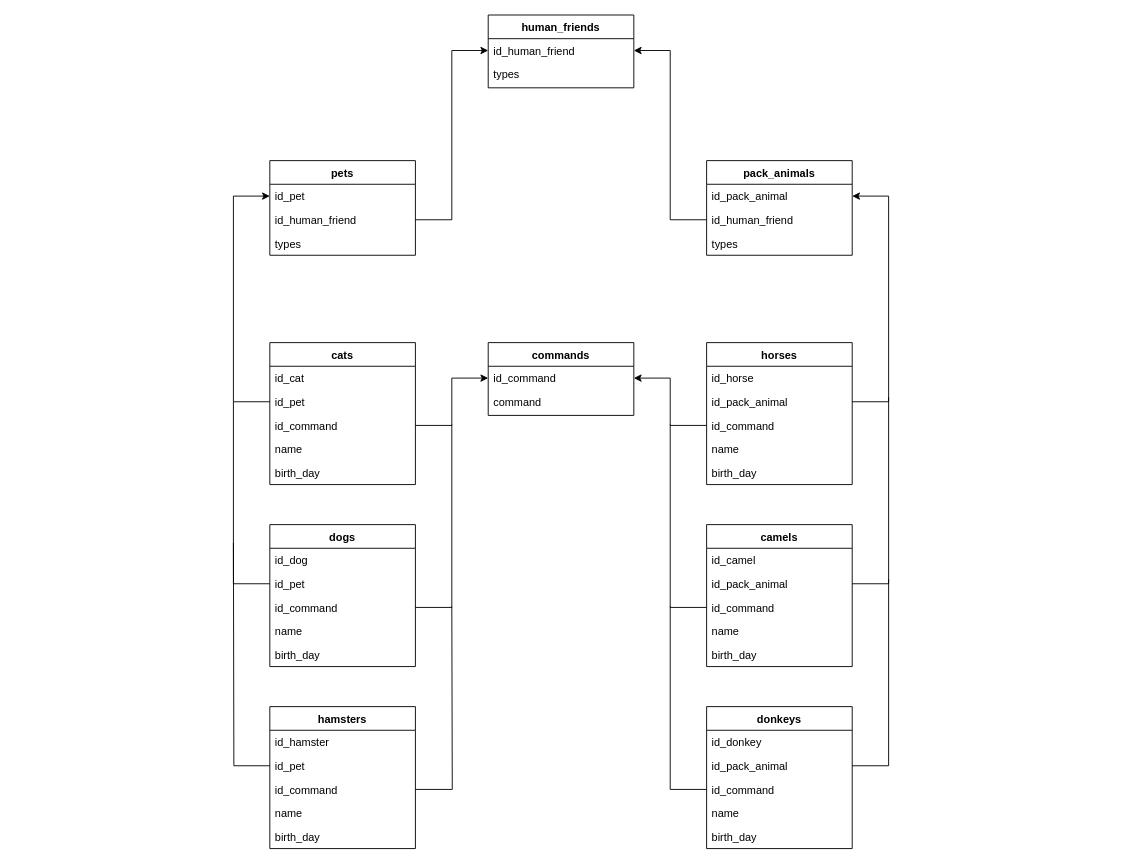
This is 2_Object-oriented_programming/Диаграмма_классов.drawio from Koatia/02_Final_Test, a draw.io file, before an edit. Source tidied: cells renumbered, new cells numbered last; positions are measured from the earlier drawing's top-left corner, leaving out a move shared by most shapes. Both pictures are drawn from the tidied source at 91%, with x=0, y=0 at pixel (233, 15).
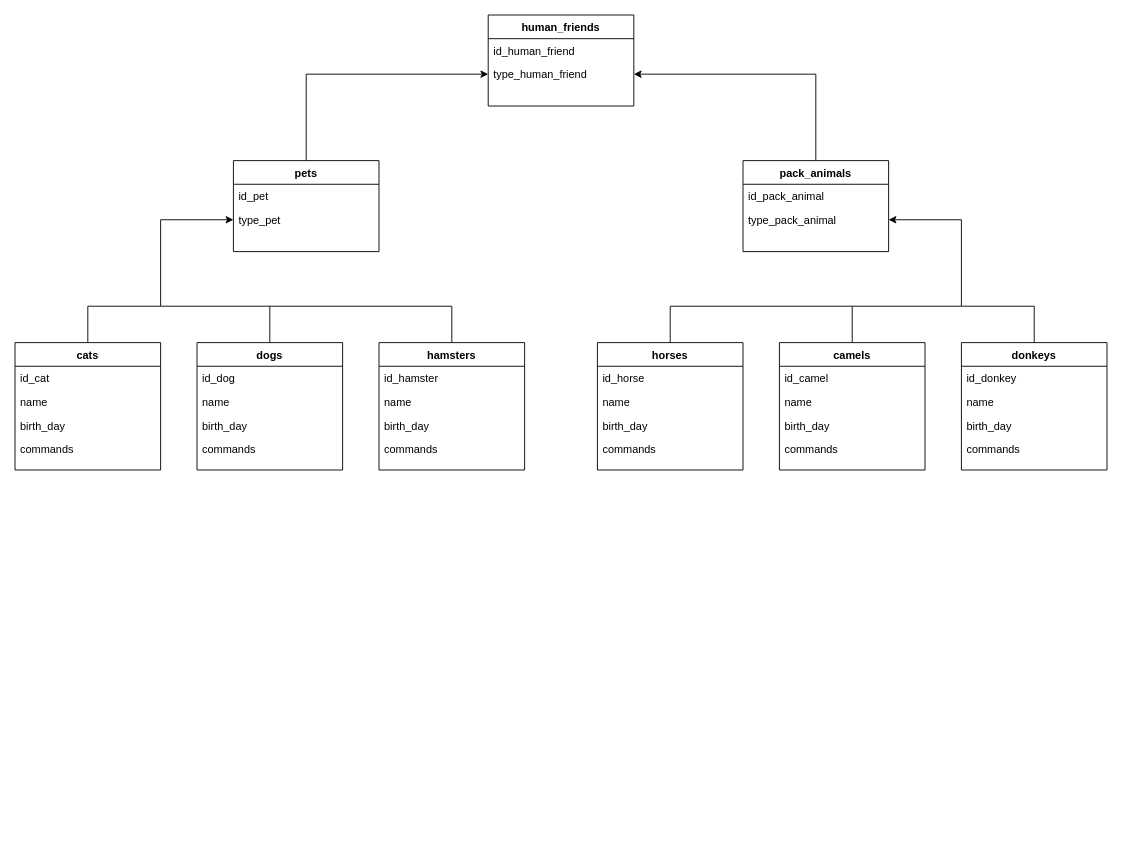
The same page after the edit.

Unchanged cells that the change refers to:
```xml
<mxCell id="3" value="id_human_friend" style="text;align=left;verticalAlign=top;spacingLeft=4;spacingRight=4;overflow=hidden;points=[[0,0.5],[1,0.5]];portConstraint=eastwest;rounded=0;shadow=0;html=0;" parent="2" vertex="1">
  <mxGeometry y="26" width="160" height="26" as="geometry" />
</mxCell>
<mxCell id="6" value="id_pet" style="text;align=left;verticalAlign=top;spacingLeft=4;spacingRight=4;overflow=hidden;points=[[0,0.5],[1,0.5]];portConstraint=eastwest;rounded=0;shadow=0;html=0;" parent="5" vertex="1">
  <mxGeometry y="26" width="160" height="26" as="geometry" />
</mxCell>
<mxCell id="10" value="id_pack_animal" style="text;align=left;verticalAlign=top;spacingLeft=4;spacingRight=4;overflow=hidden;points=[[0,0.5],[1,0.5]];portConstraint=eastwest;rounded=0;shadow=0;html=0;" parent="9" vertex="1">
  <mxGeometry y="26" width="160" height="26" as="geometry" />
</mxCell>
```

Change to the diagram source:
```diff
@@
     <mxCell id="2" value="human_friends" style="swimlane;fontStyle=1;align=center;verticalAlign=top;horizontal=1;startSize=26;rounded=0;shadow=0;strokeWidth=1;" parent="1" vertex="1">
-      <mxGeometry x="280" width="160" height="80" as="geometry" />
+      <mxGeometry x="280" width="160" height="100" as="geometry" />
     </mxCell>
@@
-    <mxCell id="4" value="types" style="text;align=left;verticalAlign=top;spacingLeft=4;spacingRight=4;overflow=hidden;points=[[0,0.5],[1,0.5]];portConstraint=eastwest;" parent="2" vertex="1">
+    <mxCell id="4" value="type_human_friend" style="text;align=left;verticalAlign=top;spacingLeft=4;spacingRight=4;overflow=hidden;points=[[0,0.5],[1,0.5]];portConstraint=eastwest;" parent="2" vertex="1">
       <mxGeometry y="52" width="160" height="26" as="geometry" />
     </mxCell>
     <mxCell id="5" value="pets" style="swimlane;fontStyle=1;align=center;verticalAlign=top;horizontal=1;startSize=26;rounded=0;shadow=0;strokeWidth=1;" parent="1" vertex="1">
-      <mxGeometry x="40" y="160" width="160" height="104" as="geometry" />
+      <mxGeometry y="160" width="160" height="100" as="geometry" />
     </mxCell>
@@
-    <mxCell id="7" value="id_human_friend" style="text;align=left;verticalAlign=top;spacingLeft=4;spacingRight=4;overflow=hidden;points=[[0,0.5],[1,0.5]];portConstraint=eastwest;rounded=0;shadow=0;html=0;" parent="5" vertex="1">
-      <mxGeometry y="52" width="160" height="26" as="geometry" />
-    </mxCell>
-    <mxCell id="8" value="types" style="text;align=left;verticalAlign=top;spacingLeft=4;spacingRight=4;overflow=hidden;points=[[0,0.5],[1,0.5]];portConstraint=eastwest;" parent="5" vertex="1">
-      <mxGeometry y="78" width="160" height="26" as="geometry" />
+    <mxCell id="8" value="type_pet" style="text;align=left;verticalAlign=top;spacingLeft=4;spacingRight=4;overflow=hidden;points=[[0,0.5],[1,0.5]];portConstraint=eastwest;" parent="5" vertex="1">
+      <mxGeometry y="52" width="160" height="26" as="geometry" />
     </mxCell>
     <mxCell id="9" value="pack_animals" style="swimlane;fontStyle=1;align=center;verticalAlign=top;horizontal=1;startSize=26;rounded=0;shadow=0;strokeWidth=1;" parent="1" vertex="1">
-      <mxGeometry x="520" y="160" width="160" height="104" as="geometry" />
+      <mxGeometry x="560" y="160" width="160" height="100" as="geometry" />
     </mxCell>
@@
-    <mxCell id="11" value="id_human_friend" style="text;align=left;verticalAlign=top;spacingLeft=4;spacingRight=4;overflow=hidden;points=[[0,0.5],[1,0.5]];portConstraint=eastwest;rounded=0;shadow=0;html=0;" parent="9" vertex="1">
-      <mxGeometry y="52" width="160" height="26" as="geometry" />
-    </mxCell>
-    <mxCell id="12" value="types" style="text;align=left;verticalAlign=top;spacingLeft=4;spacingRight=4;overflow=hidden;points=[[0,0.5],[1,0.5]];portConstraint=eastwest;" parent="9" vertex="1">
-      <mxGeometry y="78" width="160" height="26" as="geometry" />
+    <mxCell id="12" value="type_pack_animal" style="text;align=left;verticalAlign=top;spacingLeft=4;spacingRight=4;overflow=hidden;points=[[0,0.5],[1,0.5]];portConstraint=eastwest;" parent="9" vertex="1">
+      <mxGeometry y="52" width="160" height="26" as="geometry" />
     </mxCell>
-    <mxCell id="13" value="commands" style="swimlane;fontStyle=1;align=center;verticalAlign=top;horizontal=1;startSize=26;rounded=0;shadow=0;strokeWidth=1;" parent="1" vertex="1">
-      <mxGeometry x="280" y="360" width="160" height="80" as="geometry" />
-    </mxCell>
-    <mxCell id="14" value="id_command" style="text;align=left;verticalAlign=top;spacingLeft=4;spacingRight=4;overflow=hidden;points=[[0,0.5],[1,0.5]];portConstraint=eastwest;" parent="13" vertex="1">
-      <mxGeometry y="26" width="160" height="26" as="geometry" />
-    </mxCell>
-    <mxCell id="15" value="command" style="text;align=left;verticalAlign=top;spacingLeft=4;spacingRight=4;overflow=hidden;strokeColor=none;" parent="13" vertex="1">
-      <mxGeometry y="52" width="160" height="26" as="geometry" />
-    </mxCell>
+    <mxCell id="66" style="edgeStyle=orthogonalEdgeStyle;rounded=0;jettySize=auto;html=1;entryX=0;entryY=0.5;entryDx=0;entryDy=0;exitX=0.5;exitY=0;exitDx=0;exitDy=0;" parent="1" edge="1" source="16" target="8">
+      <mxGeometry relative="1" as="geometry">
+        <Array as="points">
+          <mxPoint x="-160" y="320" />
+          <mxPoint x="-80" y="320" />
+          <mxPoint x="-80" y="225" />
+        </Array>
+      </mxGeometry>
+    </mxCell>
     <mxCell id="16" value="cats" style="swimlane;fontStyle=1;align=center;verticalAlign=top;horizontal=1;startSize=26;rounded=0;shadow=0;strokeWidth=1;" parent="1" vertex="1">
-      <mxGeometry x="40" y="360" width="160" height="156" as="geometry" />
+      <mxGeometry x="-240" y="360" width="160" height="140" as="geometry" />
     </mxCell>
@@
-    <mxCell id="18" value="id_pet" style="text;align=left;verticalAlign=top;spacingLeft=4;spacingRight=4;overflow=hidden;points=[[0,0.5],[1,0.5]];portConstraint=eastwest;strokeColor=none;" parent="16" vertex="1">
-      <mxGeometry y="52" width="160" height="26" as="geometry" />
-    </mxCell>
-    <mxCell id="19" value="id_command" style="text;align=left;verticalAlign=top;spacingLeft=4;spacingRight=4;overflow=hidden;points=[[0,0.5],[1,0.5]];portConstraint=eastwest;strokeColor=none;" parent="16" vertex="1">
-      <mxGeometry y="78" width="160" height="26" as="geometry" />
-    </mxCell>
     <mxCell id="20" value="name" style="text;align=left;verticalAlign=top;spacingLeft=4;spacingRight=4;overflow=hidden;rounded=0;shadow=0;html=0;" parent="16" vertex="1">
-      <mxGeometry y="104" width="160" height="26" as="geometry" />
+      <mxGeometry y="52" width="160" height="26" as="geometry" />
     </mxCell>
     <mxCell id="21" value="birth_day" style="text;align=left;verticalAlign=top;spacingLeft=4;spacingRight=4;overflow=hidden;rounded=0;shadow=0;html=0;" parent="16" vertex="1">
-      <mxGeometry y="130" width="160" height="26" as="geometry" />
+      <mxGeometry y="78" width="160" height="26" as="geometry" />
     </mxCell>
+    <mxCell id="19" value="commands" style="text;align=left;verticalAlign=top;spacingLeft=4;spacingRight=4;overflow=hidden;points=[[0,0.5],[1,0.5]];portConstraint=eastwest;strokeColor=none;" parent="16" vertex="1">
+      <mxGeometry y="104" width="160" height="26" as="geometry" />
+    </mxCell>
     <mxCell id="22" value="dogs" style="swimlane;fontStyle=1;align=center;verticalAlign=top;horizontal=1;startSize=26;rounded=0;shadow=0;strokeWidth=1;" parent="1" vertex="1">
-      <mxGeometry x="40" y="560" width="160" height="156" as="geometry" />
+      <mxGeometry x="-40" y="360" width="160" height="140" as="geometry" />
     </mxCell>
@@
-    <mxCell id="24" value="id_pet" style="text;align=left;verticalAlign=top;spacingLeft=4;spacingRight=4;overflow=hidden;points=[[0,0.5],[1,0.5]];portConstraint=eastwest;" parent="22" vertex="1">
-      <mxGeometry y="52" width="160" height="26" as="geometry" />
-    </mxCell>
-    <mxCell id="25" value="id_command" style="text;align=left;verticalAlign=top;spacingLeft=4;spacingRight=4;overflow=hidden;points=[[0,0.5],[1,0.5]];portConstraint=eastwest;strokeColor=none;" parent="22" vertex="1">
-      <mxGeometry y="78" width="160" height="26" as="geometry" />
-    </mxCell>
     <mxCell id="26" value="name" style="text;align=left;verticalAlign=top;spacingLeft=4;spacingRight=4;overflow=hidden;rounded=0;shadow=0;html=0;" parent="22" vertex="1">
-      <mxGeometry y="104" width="160" height="26" as="geometry" />
+      <mxGeometry y="52" width="160" height="26" as="geometry" />
     </mxCell>
     <mxCell id="27" value="birth_day" style="text;align=left;verticalAlign=top;spacingLeft=4;spacingRight=4;overflow=hidden;rounded=0;shadow=0;html=0;" parent="22" vertex="1">
-      <mxGeometry y="130" width="160" height="26" as="geometry" />
+      <mxGeometry y="78" width="160" height="26" as="geometry" />
     </mxCell>
+    <mxCell id="67" value="commands" style="text;align=left;verticalAlign=top;spacingLeft=4;spacingRight=4;overflow=hidden;strokeColor=none;" parent="22" vertex="1">
+      <mxGeometry y="104" width="160" height="26" as="geometry" />
+    </mxCell>
     <mxCell id="28" value="hamsters" style="swimlane;fontStyle=1;align=center;verticalAlign=top;horizontal=1;startSize=26;rounded=0;shadow=0;strokeWidth=1;" parent="1" vertex="1">
-      <mxGeometry x="40" y="760" width="160" height="156" as="geometry" />
+      <mxGeometry x="160" y="360" width="160" height="140" as="geometry" />
     </mxCell>
@@
-    <mxCell id="30" value="id_pet" style="text;align=left;verticalAlign=top;spacingLeft=4;spacingRight=4;overflow=hidden;points=[[0,0.5],[1,0.5]];portConstraint=eastwest;" parent="28" vertex="1">
-      <mxGeometry y="52" width="160" height="26" as="geometry" />
-    </mxCell>
-    <mxCell id="31" value="id_command" style="text;align=left;verticalAlign=top;spacingLeft=4;spacingRight=4;overflow=hidden;points=[[0,0.5],[1,0.5]];portConstraint=eastwest;strokeColor=none;" parent="28" vertex="1">
-      <mxGeometry y="78" width="160" height="26" as="geometry" />
-    </mxCell>
     <mxCell id="32" value="name" style="text;align=left;verticalAlign=top;spacingLeft=4;spacingRight=4;overflow=hidden;rounded=0;shadow=0;html=0;" parent="28" vertex="1">
-      <mxGeometry y="104" width="160" height="26" as="geometry" />
+      <mxGeometry y="52" width="160" height="26" as="geometry" />
     </mxCell>
     <mxCell id="33" value="birth_day" style="text;align=left;verticalAlign=top;spacingLeft=4;spacingRight=4;overflow=hidden;rounded=0;shadow=0;html=0;" parent="28" vertex="1">
-      <mxGeometry y="130" width="160" height="26" as="geometry" />
+      <mxGeometry y="78" width="160" height="26" as="geometry" />
     </mxCell>
+    <mxCell id="68" value="commands" style="text;align=left;verticalAlign=top;spacingLeft=4;spacingRight=4;overflow=hidden;strokeColor=none;" parent="28" vertex="1">
+      <mxGeometry y="104" width="160" height="26" as="geometry" />
+    </mxCell>
     <mxCell id="34" value="horses" style="swimlane;fontStyle=1;align=center;verticalAlign=top;horizontal=1;startSize=26;rounded=0;shadow=0;strokeWidth=1;" parent="1" vertex="1">
-      <mxGeometry x="520" y="360" width="160" height="156" as="geometry" />
+      <mxGeometry x="400" y="360" width="160" height="140" as="geometry" />
     </mxCell>
@@
-    <mxCell id="36" value="id_pack_animal" style="text;align=left;verticalAlign=top;spacingLeft=4;spacingRight=4;overflow=hidden;points=[[0,0.5],[1,0.5]];portConstraint=eastwest;" parent="34" vertex="1">
-      <mxGeometry y="52" width="160" height="26" as="geometry" />
-    </mxCell>
-    <mxCell id="37" value="id_command" style="text;align=left;verticalAlign=top;spacingLeft=4;spacingRight=4;overflow=hidden;points=[[0,0.5],[1,0.5]];portConstraint=eastwest;strokeColor=none;" parent="34" vertex="1">
-      <mxGeometry y="78" width="160" height="26" as="geometry" />
-    </mxCell>
     <mxCell id="38" value="name" style="text;align=left;verticalAlign=top;spacingLeft=4;spacingRight=4;overflow=hidden;rounded=0;shadow=0;html=0;" parent="34" vertex="1">
-      <mxGeometry y="104" width="160" height="26" as="geometry" />
+      <mxGeometry y="52" width="160" height="26" as="geometry" />
     </mxCell>
     <mxCell id="39" value="birth_day" style="text;align=left;verticalAlign=top;spacingLeft=4;spacingRight=4;overflow=hidden;rounded=0;shadow=0;html=0;" parent="34" vertex="1">
-      <mxGeometry y="130" width="160" height="26" as="geometry" />
+      <mxGeometry y="78" width="160" height="26" as="geometry" />
     </mxCell>
+    <mxCell id="69" value="commands" style="text;align=left;verticalAlign=top;spacingLeft=4;spacingRight=4;overflow=hidden;strokeColor=none;" parent="34" vertex="1">
+      <mxGeometry y="104" width="160" height="26" as="geometry" />
+    </mxCell>
+    <mxCell id="70" style="edgeStyle=orthogonalEdgeStyle;rounded=0;jettySize=auto;html=1;entryX=1;entryY=0.5;entryDx=0;entryDy=0;" parent="1" edge="1" source="40" target="12">
+      <mxGeometry relative="1" as="geometry">
+        <Array as="points">
+          <mxPoint x="680" y="320" />
+          <mxPoint x="800" y="320" />
+          <mxPoint x="800" y="225" />
+        </Array>
+      </mxGeometry>
+    </mxCell>
     <mxCell id="40" value="camels" style="swimlane;fontStyle=1;align=center;verticalAlign=top;horizontal=1;startSize=26;rounded=0;shadow=0;strokeWidth=1;" parent="1" vertex="1">
-      <mxGeometry x="520" y="560" width="160" height="156" as="geometry" />
+      <mxGeometry x="600" y="360" width="160" height="140" as="geometry" />
     </mxCell>
@@
-    <mxCell id="42" value="id_pack_animal" style="text;align=left;verticalAlign=top;spacingLeft=4;spacingRight=4;overflow=hidden;points=[[0,0.5],[1,0.5]];portConstraint=eastwest;" parent="40" vertex="1">
-      <mxGeometry y="52" width="160" height="26" as="geometry" />
-    </mxCell>
-    <mxCell id="43" value="id_command" style="text;align=left;verticalAlign=top;spacingLeft=4;spacingRight=4;overflow=hidden;points=[[0,0.5],[1,0.5]];portConstraint=eastwest;strokeColor=none;" parent="40" vertex="1">
-      <mxGeometry y="78" width="160" height="26" as="geometry" />
-    </mxCell>
     <mxCell id="44" value="name" style="text;align=left;verticalAlign=top;spacingLeft=4;spacingRight=4;overflow=hidden;rounded=0;shadow=0;html=0;" parent="40" vertex="1">
-      <mxGeometry y="104" width="160" height="26" as="geometry" />
+      <mxGeometry y="52" width="160" height="26" as="geometry" />
     </mxCell>
     <mxCell id="45" value="birth_day" style="text;align=left;verticalAlign=top;spacingLeft=4;spacingRight=4;overflow=hidden;rounded=0;shadow=0;html=0;" parent="40" vertex="1">
-      <mxGeometry y="130" width="160" height="26" as="geometry" />
+      <mxGeometry y="78" width="160" height="26" as="geometry" />
     </mxCell>
+    <mxCell id="71" value="commands" style="text;align=left;verticalAlign=top;spacingLeft=4;spacingRight=4;overflow=hidden;strokeColor=none;" parent="40" vertex="1">
+      <mxGeometry y="104" width="160" height="26" as="geometry" />
+    </mxCell>
     <mxCell id="46" value="donkeys" style="swimlane;fontStyle=1;align=center;verticalAlign=top;horizontal=1;startSize=26;rounded=0;shadow=0;strokeWidth=1;" parent="1" vertex="1">
-      <mxGeometry x="520" y="760" width="160" height="156" as="geometry" />
+      <mxGeometry x="800" y="360" width="160" height="140" as="geometry" />
     </mxCell>
@@
-    <mxCell id="48" value="id_pack_animal" style="text;align=left;verticalAlign=top;spacingLeft=4;spacingRight=4;overflow=hidden;points=[[0,0.5],[1,0.5]];portConstraint=eastwest;" parent="46" vertex="1">
-      <mxGeometry y="52" width="160" height="26" as="geometry" />
-    </mxCell>
-    <mxCell id="49" value="id_command" style="text;align=left;verticalAlign=top;spacingLeft=4;spacingRight=4;overflow=hidden;points=[[0,0.5],[1,0.5]];portConstraint=eastwest;strokeColor=none;" parent="46" vertex="1">
-      <mxGeometry y="78" width="160" height="26" as="geometry" />
-    </mxCell>
     <mxCell id="50" value="name" style="text;align=left;verticalAlign=top;spacingLeft=4;spacingRight=4;overflow=hidden;rounded=0;shadow=0;html=0;" parent="46" vertex="1">
-      <mxGeometry y="104" width="160" height="26" as="geometry" />
+      <mxGeometry y="52" width="160" height="26" as="geometry" />
     </mxCell>
     <mxCell id="51" value="birth_day" style="text;align=left;verticalAlign=top;spacingLeft=4;spacingRight=4;overflow=hidden;rounded=0;shadow=0;html=0;" parent="46" vertex="1">
-      <mxGeometry y="130" width="160" height="26" as="geometry" />
+      <mxGeometry y="78" width="160" height="26" as="geometry" />
     </mxCell>
-    <mxCell id="52" style="edgeStyle=orthogonalEdgeStyle;rounded=0;jettySize=auto;html=1;entryX=0;entryY=0.5;entryDx=0;entryDy=0;" parent="1" edge="1" source="18" target="6">
-      <mxGeometry relative="1" as="geometry">
-        <Array as="points">
-          <mxPoint y="425" />
-          <mxPoint y="199" />
-        </Array>
-      </mxGeometry>
-    </mxCell>
-    <mxCell id="53" style="endArrow=none;html=1;rounded=0;edgeStyle=orthogonalEdgeStyle;exitX=0;exitY=0.5;exitDx=0;exitDy=0;" parent="1" edge="1" source="24">
-      <mxGeometry relative="1" as="geometry">
-        <mxPoint y="425" as="targetPoint" />
-        <Array as="points">
-          <mxPoint y="625" />
-        </Array>
-      </mxGeometry>
-    </mxCell>
-    <mxCell id="54" style="endArrow=none;html=1;rounded=0;edgeStyle=orthogonalEdgeStyle;exitX=0;exitY=0.5;exitDx=0;exitDy=0;" parent="1" edge="1" source="30">
-      <mxGeometry relative="1" as="geometry">
-        <mxPoint y="580" as="targetPoint" />
-      </mxGeometry>
-    </mxCell>
-    <mxCell id="55" style="edgeStyle=orthogonalEdgeStyle;rounded=0;jettySize=auto;html=1;entryX=0;entryY=0.5;entryDx=0;entryDy=0;" parent="1" edge="1" source="19" target="14">
-      <mxGeometry relative="1" as="geometry" />
-    </mxCell>
-    <mxCell id="56" style="endArrow=none;html=1;rounded=0;edgeStyle=orthogonalEdgeStyle;exitX=1;exitY=0.5;exitDx=0;exitDy=0;" parent="1" edge="1" source="25">
-      <mxGeometry relative="1" as="geometry">
-        <mxPoint x="240" y="450" as="targetPoint" />
-        <Array as="points">
-          <mxPoint x="240" y="651" />
-        </Array>
-      </mxGeometry>
-    </mxCell>
-    <mxCell id="57" style="endArrow=none;html=1;rounded=0;edgeStyle=orthogonalEdgeStyle;exitX=1;exitY=0.5;exitDx=0;exitDy=0;" parent="1" edge="1" source="31">
-      <mxGeometry relative="1" as="geometry">
-        <mxPoint x="240" y="650" as="targetPoint" />
-      </mxGeometry>
-    </mxCell>
-    <mxCell id="58" style="edgeStyle=orthogonalEdgeStyle;rounded=0;jettySize=auto;html=1;entryX=1;entryY=0.5;entryDx=0;entryDy=0;" parent="1" edge="1" source="37" target="14">
-      <mxGeometry relative="1" as="geometry" />
-    </mxCell>
-    <mxCell id="59" style="endArrow=none;html=1;rounded=0;edgeStyle=orthogonalEdgeStyle;exitX=0;exitY=0.5;exitDx=0;exitDy=0;" parent="1" edge="1" source="43">
-      <mxGeometry relative="1" as="geometry">
-        <mxPoint x="480" y="450" as="targetPoint" />
-        <Array as="points">
-          <mxPoint x="480" y="651" />
-        </Array>
-      </mxGeometry>
-    </mxCell>
+    <mxCell id="72" value="commands" style="text;align=left;verticalAlign=top;spacingLeft=4;spacingRight=4;overflow=hidden;strokeColor=none;" parent="46" vertex="1">
+      <mxGeometry y="104" width="160" height="26" as="geometry" />
+    </mxCell>
-    <mxCell id="60" style="edgeStyle=orthogonalEdgeStyle;rounded=0;jettySize=auto;html=1;entryX=0;entryY=0.5;entryDx=0;entryDy=0;" parent="1" edge="1" source="7" target="3">
-      <mxGeometry relative="1" as="geometry" />
+    <mxCell id="60" style="edgeStyle=orthogonalEdgeStyle;rounded=0;jettySize=auto;html=1;entryX=0;entryY=0.5;entryDx=0;entryDy=0;exitX=0.5;exitY=0;exitDx=0;exitDy=0;" parent="1" edge="1" source="5" target="4">
+      <mxGeometry relative="1" as="geometry">
+        <Array as="points">
+          <mxPoint x="80" y="65" />
+        </Array>
+      </mxGeometry>
     </mxCell>
-    <mxCell id="61" style="edgeStyle=orthogonalEdgeStyle;rounded=0;jettySize=auto;html=1;entryX=1;entryY=0.5;entryDx=0;entryDy=0;" parent="1" edge="1" source="11" target="3">
-      <mxGeometry relative="1" as="geometry" />
+    <mxCell id="61" style="edgeStyle=orthogonalEdgeStyle;rounded=0;jettySize=auto;html=1;entryX=1;entryY=0.5;entryDx=0;entryDy=0;exitX=0.5;exitY=0;exitDx=0;exitDy=0;" parent="1" edge="1" source="9" target="4">
+      <mxGeometry relative="1" as="geometry">
+        <Array as="points">
+          <mxPoint x="640" y="65" />
+        </Array>
+      </mxGeometry>
     </mxCell>
-    <mxCell id="62" style="endArrow=none;html=1;rounded=0;edgeStyle=orthogonalEdgeStyle;exitX=0;exitY=0.5;exitDx=0;exitDy=0;" parent="1" edge="1" source="49">
-      <mxGeometry relative="1" as="geometry">
-        <mxPoint x="480" y="650" as="targetPoint" />
-        <Array as="points">
-          <mxPoint x="480" y="851" />
-        </Array>
-      </mxGeometry>
-    </mxCell>
-    <mxCell id="63" style="edgeStyle=orthogonalEdgeStyle;rounded=0;jettySize=auto;html=1;entryX=1;entryY=0.5;entryDx=0;entryDy=0;exitX=1;exitY=0.5;exitDx=0;exitDy=0;" parent="1" edge="1" source="36" target="10">
-      <mxGeometry relative="1" as="geometry">
-        <Array as="points">
-          <mxPoint x="720" y="425" />
-          <mxPoint x="720" y="199" />
-        </Array>
-      </mxGeometry>
-    </mxCell>
-    <mxCell id="64" style="endArrow=none;html=1;rounded=0;edgeStyle=orthogonalEdgeStyle;exitX=1;exitY=0.5;exitDx=0;exitDy=0;" parent="1" edge="1" source="42">
+    <mxCell id="64" style="endArrow=none;html=1;rounded=0;edgeStyle=orthogonalEdgeStyle;entryX=0.5;entryY=0;entryDx=0;entryDy=0;" parent="1" edge="1" target="22">
       <mxGeometry relative="1" as="geometry">
-        <mxPoint x="720" y="420" as="targetPoint" />
+        <mxPoint x="-80" y="320" as="sourcePoint" />
         <Array as="points">
-          <mxPoint x="720" y="625" />
+          <mxPoint x="40" y="320" />
         </Array>
       </mxGeometry>
     </mxCell>
-    <mxCell id="65" style="endArrow=none;html=1;rounded=0;edgeStyle=orthogonalEdgeStyle;exitX=1;exitY=0.5;exitDx=0;exitDy=0;" parent="1" edge="1" source="48">
-      <mxGeometry relative="1" as="geometry">
-        <mxPoint x="720" y="620" as="targetPoint" />
-        <Array as="points">
-          <mxPoint x="720" y="825" />
-        </Array>
-      </mxGeometry>
-    </mxCell>
+    <mxCell id="73" style="endArrow=none;html=1;rounded=0;edgeStyle=orthogonalEdgeStyle;entryX=0.5;entryY=0;entryDx=0;entryDy=0;" parent="1" edge="1" target="28">
+      <mxGeometry relative="1" as="geometry">
+        <mxPoint x="40" y="320" as="sourcePoint" />
+        <Array as="points">
+          <mxPoint x="240" y="320" />
+        </Array>
+      </mxGeometry>
+    </mxCell>
+    <mxCell id="74" style="endArrow=none;html=1;rounded=0;edgeStyle=orthogonalEdgeStyle;entryX=0.5;entryY=0;entryDx=0;entryDy=0;" parent="1" edge="1" target="34">
+      <mxGeometry relative="1" as="geometry">
+        <mxPoint x="680" y="320" as="sourcePoint" />
+        <Array as="points">
+          <mxPoint x="480" y="320" />
+        </Array>
+      </mxGeometry>
+    </mxCell>
+    <mxCell id="75" style="endArrow=none;html=1;rounded=0;edgeStyle=orthogonalEdgeStyle;entryX=0.5;entryY=0;entryDx=0;entryDy=0;" parent="1" edge="1" target="46">
+      <mxGeometry relative="1" as="geometry">
+        <mxPoint x="800" y="320" as="sourcePoint" />
+        <Array as="points">
+          <mxPoint x="880" y="320" />
+        </Array>
+      </mxGeometry>
+    </mxCell>
```
